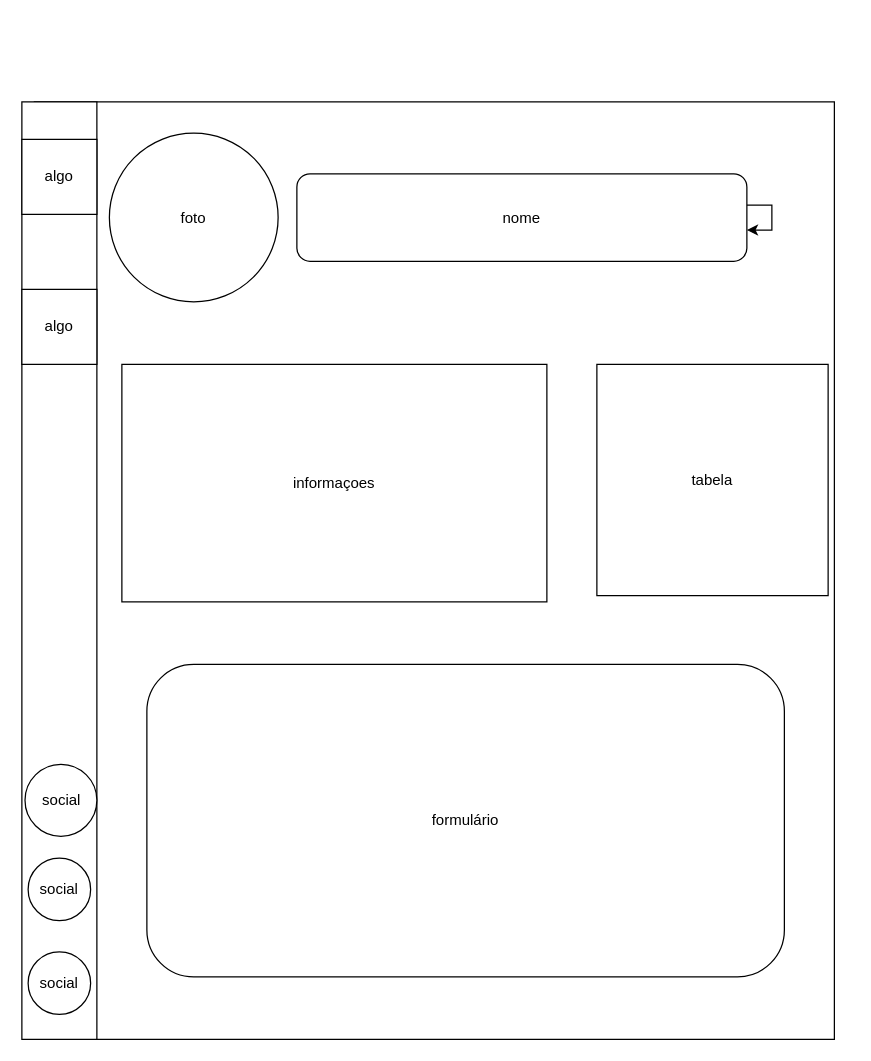
The draw.io diagram wireframe site web.drawio in MariaCBellote/curriculo-2, before the edit. Source tidied: cells renumbered, new cells numbered last; positions are measured from the earlier drawing's top-left corner, leaving out a move shared by most shapes. Both pictures are drawn from the tidied source at 125%, with x=0, y=0 at pixel (21, 101).
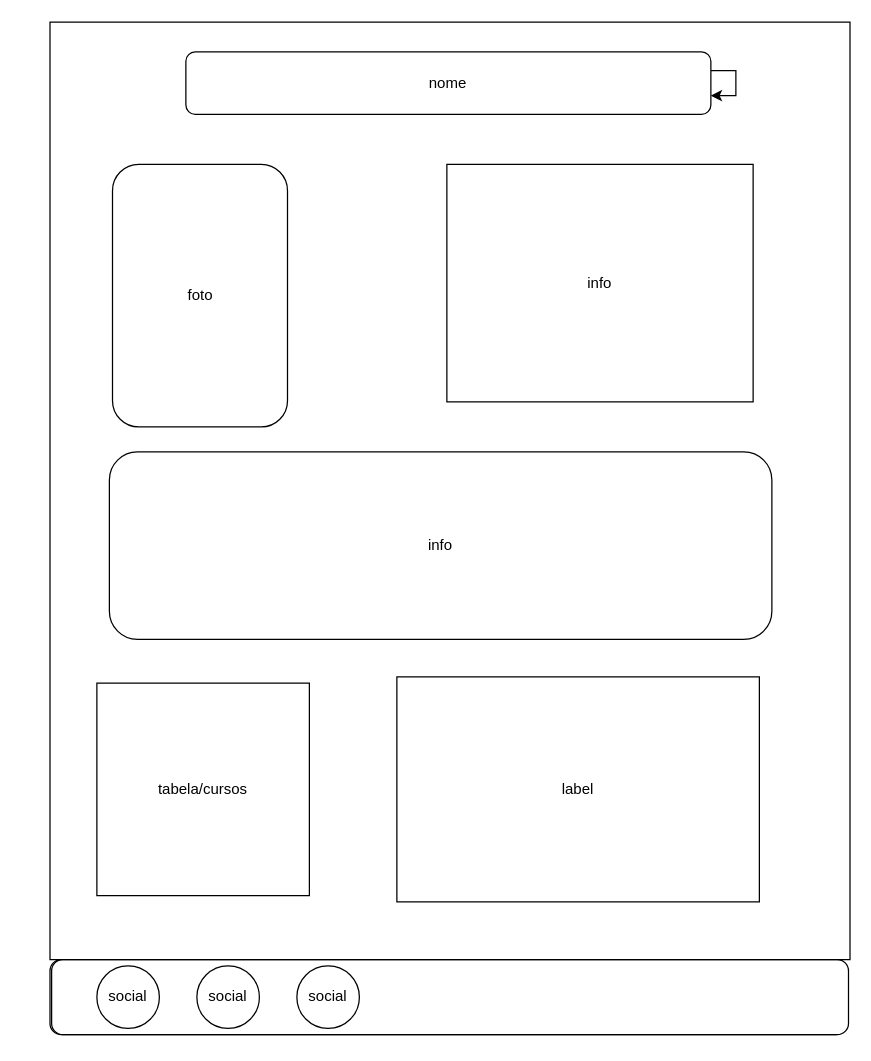
After the change.

The edit, as a diff of the source:
```diff
@@
 <mxGraphModel>
   <root>
     <mxCell id="0" />
     <mxCell id="1" parent="0" />
+    <mxCell id="15" style="rounded=1;whiteSpace=wrap;html=1;" parent="1" vertex="1">
+      <mxGeometry x="22.5" y="686.2" width="637.5" height="60" as="geometry" />
+    </mxCell>
+    <mxCell id="16" style="rounded=1;whiteSpace=wrap;html=1;" parent="1" vertex="1">
+      <mxGeometry x="23.8" y="686.2" width="637.5" height="60" as="geometry" />
+    </mxCell>
     <mxCell id="2" style="rounded=0;whiteSpace=wrap;html=1;" parent="1" vertex="1">
-      <mxGeometry x="10" width="640" height="750" as="geometry" />
+      <mxGeometry x="22.5" y="-63.8" width="640" height="750" as="geometry" />
     </mxCell>
-    <mxCell id="3" style="rounded=0;whiteSpace=wrap;html=1;" parent="1" vertex="1">
-      <mxGeometry width="60" height="750" as="geometry" />
-    </mxCell>
     <mxCell id="4" value="nome" style="rounded=1;whiteSpace=wrap;html=1;" parent="1" vertex="1">
-      <mxGeometry x="220" y="57.5" width="360" height="70" as="geometry" />
+      <mxGeometry x="131.2" y="-40" width="420" height="50" as="geometry" />
     </mxCell>
     <mxCell id="5" style="edgeStyle=orthogonalEdgeStyle;rounded=0;orthogonalLoop=1;jettySize=auto;html=1;" parent="1" edge="1" source="4" target="4">
       <mxGeometry relative="1" as="geometry" />
     </mxCell>
-    <mxCell id="6" value="foto" style="ellipse;whiteSpace=wrap;html=1;" parent="1" vertex="1">
-      <mxGeometry x="70" y="25" width="135" height="135" as="geometry" />
-    </mxCell>
-    <mxCell id="7" value="informaçoes" style="rounded=0;whiteSpace=wrap;html=1;" parent="1" vertex="1">
-      <mxGeometry x="80" y="210" width="340" height="190" as="geometry" />
-    </mxCell>
     <mxCell id="8" value="social" style="ellipse;whiteSpace=wrap;html=1;" parent="1" vertex="1">
-      <mxGeometry x="5" y="680" width="50" height="50" as="geometry" />
+      <mxGeometry x="140" y="691.2" width="50" height="50" as="geometry" />
     </mxCell>
     <mxCell id="9" value="social" style="ellipse;whiteSpace=wrap;html=1;" parent="1" vertex="1">
-      <mxGeometry x="5" y="605" width="50" height="50" as="geometry" />
+      <mxGeometry x="220" y="691.2" width="50" height="50" as="geometry" />
     </mxCell>
     <mxCell id="10" value="social" style="ellipse;whiteSpace=wrap;html=1;" parent="1" vertex="1">
-      <mxGeometry x="2.5" y="530" width="57.5" height="57.5" as="geometry" />
+      <mxGeometry x="60" y="691.2" width="50" height="50" as="geometry" />
     </mxCell>
-    <mxCell id="11" value="algo" style="rounded=0;whiteSpace=wrap;html=1;" parent="1" vertex="1">
-      <mxGeometry y="30" width="60" height="60" as="geometry" />
-    </mxCell>
-    <mxCell id="12" value="algo" style="rounded=0;whiteSpace=wrap;html=1;" parent="1" vertex="1">
-      <mxGeometry y="150" width="60" height="60" as="geometry" />
-    </mxCell>
-    <mxCell id="13" value="formulário" style="rounded=1;whiteSpace=wrap;html=1;" parent="1" vertex="1">
-      <mxGeometry x="100" y="450" width="510" height="250" as="geometry" />
-    </mxCell>
-    <mxCell id="14" value="tabela" style="whiteSpace=wrap;html=1;" parent="1" vertex="1">
-      <mxGeometry x="460" y="210" width="185" height="185" as="geometry" />
-    </mxCell>
+    <mxCell id="6" value="foto" style="rounded=1;whiteSpace=wrap;html=1;" parent="1" vertex="1">
+      <mxGeometry x="72.5" y="50" width="140" height="210" as="geometry" />
+    </mxCell>
+    <mxCell id="17" value="info" style="rounded=0;whiteSpace=wrap;html=1;" parent="1" vertex="1">
+      <mxGeometry x="340" y="50" width="245" height="190" as="geometry" />
+    </mxCell>
+    <mxCell id="18" value="info" style="rounded=1;whiteSpace=wrap;html=1;" parent="1" vertex="1">
+      <mxGeometry x="70" y="280" width="530" height="150" as="geometry" />
+    </mxCell>
+    <mxCell id="19" value="tabela/cursos" style="whiteSpace=wrap;html=1;" parent="1" vertex="1">
+      <mxGeometry x="60" y="465" width="170" height="170" as="geometry" />
+    </mxCell>
+    <mxCell id="20" style="edgeStyle=orthogonalEdgeStyle;rounded=0;orthogonalLoop=1;jettySize=auto;html=1;exitX=0.5;exitY=1;exitDx=0;exitDy=0;" parent="1" edge="1" source="2" target="2">
+      <mxGeometry relative="1" as="geometry" />
+    </mxCell>
+    <mxCell id="21" style="edgeStyle=orthogonalEdgeStyle;rounded=0;orthogonalLoop=1;jettySize=auto;html=1;exitX=0.5;exitY=1;exitDx=0;exitDy=0;" parent="1" edge="1" source="9" target="9">
+      <mxGeometry relative="1" as="geometry" />
+    </mxCell>
+    <mxCell id="22" value="label" style="rounded=0;whiteSpace=wrap;html=1;" parent="1" vertex="1">
+      <mxGeometry x="300" y="460" width="290" height="180" as="geometry" />
+    </mxCell>
   </root>
 </mxGraphModel>
```
